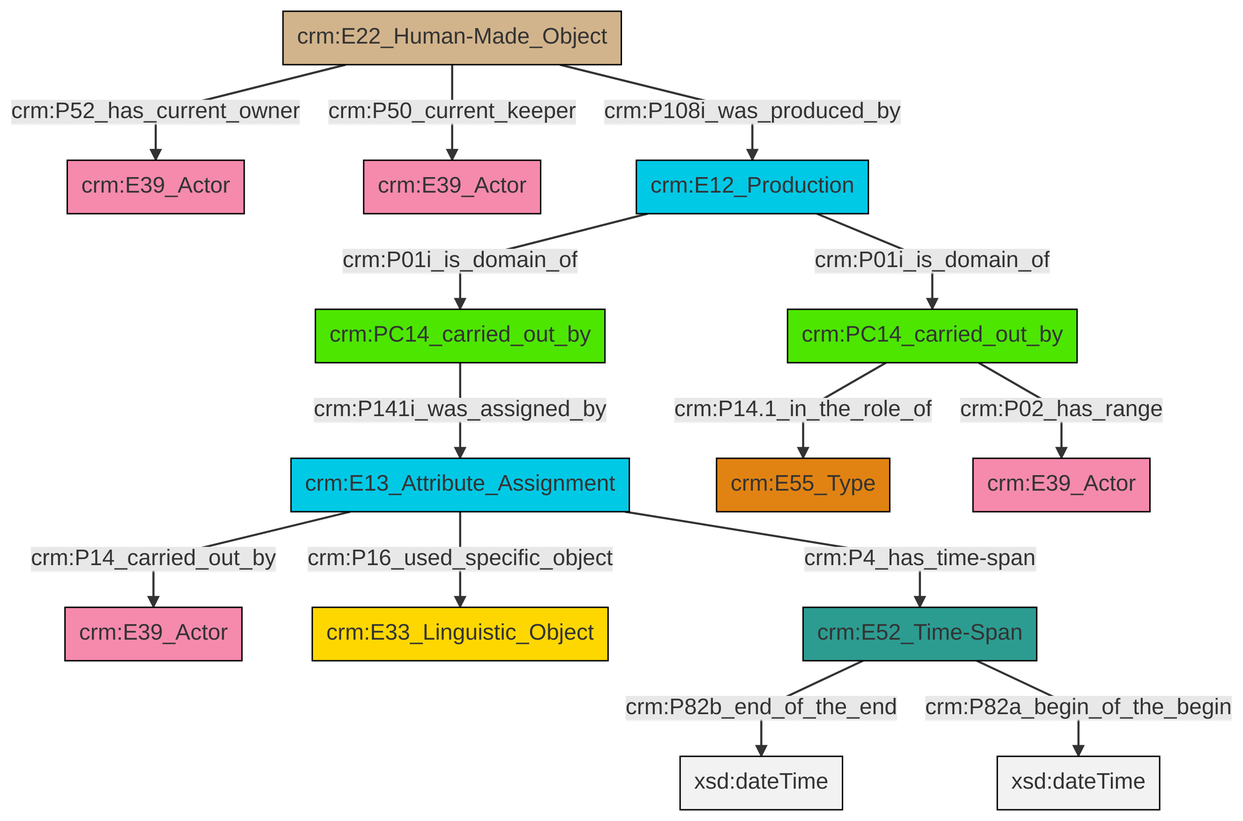
Earlier version of the Mermaid export et/carrierCSV/ttl/mmd/png/carrier_relations.png (swiss-art-research-net/docs.swissartresearch). Its source is kept beside it as et/carrierCSV/ttl/mmd/carrier_relations.ttl.mmd.
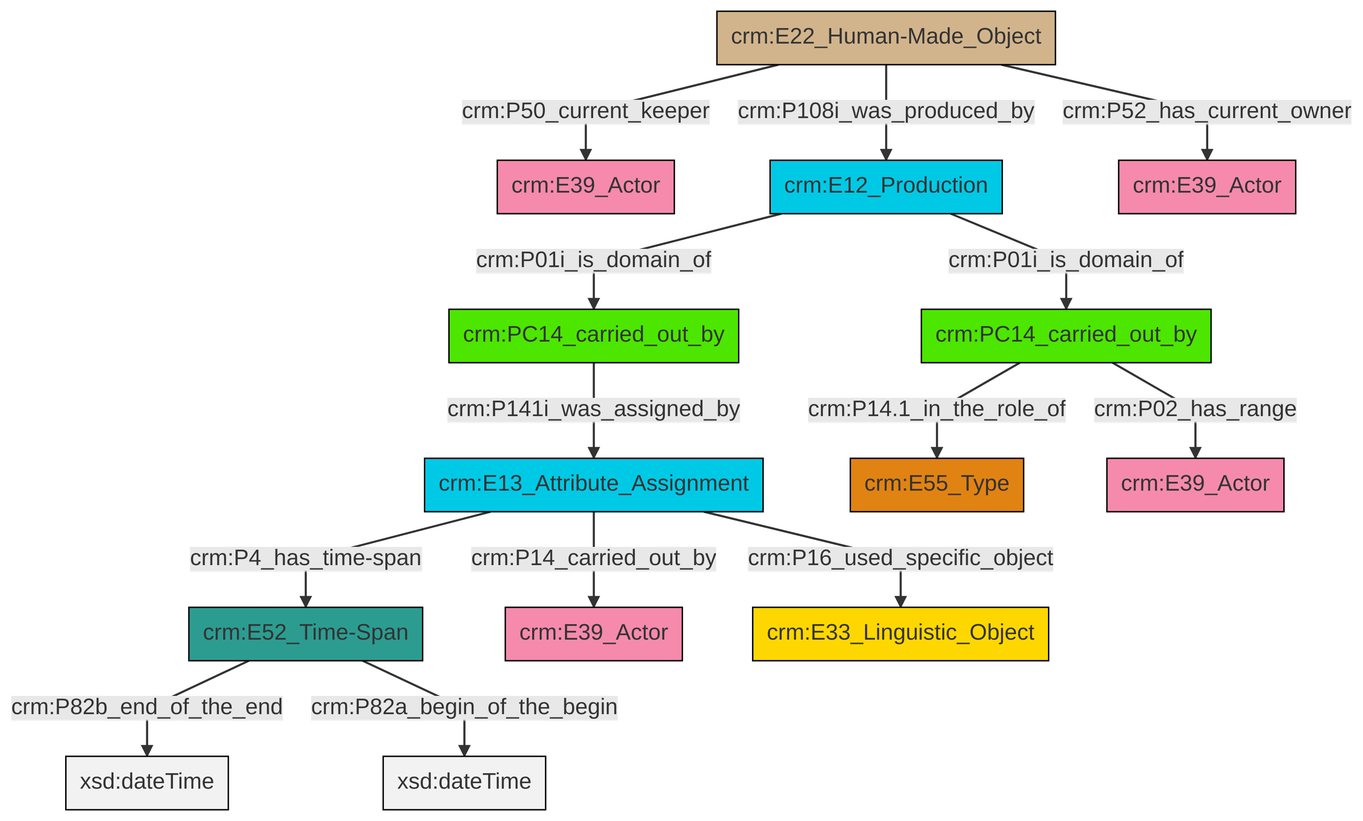
Above is the later version.

Change to the diagram source:
```diff
@@ -13,16 +13,16 @@
 classDef PC_Classes fill:#4ce600, stroke:#000000;
 classDef Multi fill:#cccccc,stroke:#000000;
 
-2["crm:E22_Human-Made_Object"]:::Physical_Thing -->|crm:P52_has_current_owner| 3["crm:E39_Actor"]:::Actor
-4["crm:E13_Attribute_Assignment"]:::Temporal_Entity -->|crm:P14_carried_out_by| 5["crm:E39_Actor"]:::Actor
-4["crm:E13_Attribute_Assignment"]:::Temporal_Entity -->|crm:P16_used_specific_object| 8["crm:E33_Linguistic_Object"]:::Conceptual_Object
-2["crm:E22_Human-Made_Object"]:::Physical_Thing -->|crm:P50_current_keeper| 9["crm:E39_Actor"]:::Actor
-10["crm:E52_Time-Span"]:::Time-Span -->|crm:P82b_end_of_the_end| 12[xsd:dateTime]:::Literal
-13["crm:PC14_carried_out_by"]:::PC_Classes -->|crm:P141i_was_assigned_by| 4["crm:E13_Attribute_Assignment"]:::Temporal_Entity
-19["crm:E12_Production"]:::Temporal_Entity -->|crm:P01i_is_domain_of| 13["crm:PC14_carried_out_by"]:::PC_Classes
-19["crm:E12_Production"]:::Temporal_Entity -->|crm:P01i_is_domain_of| 0["crm:PC14_carried_out_by"]:::PC_Classes
-2["crm:E22_Human-Made_Object"]:::Physical_Thing -->|crm:P108i_was_produced_by| 19["crm:E12_Production"]:::Temporal_Entity
-0["crm:PC14_carried_out_by"]:::PC_Classes -->|crm:P02_has_range| 21["crm:E39_Actor"]:::Actor
-10["crm:E52_Time-Span"]:::Time-Span -->|crm:P82a_begin_of_the_begin| 24[xsd:dateTime]:::Literal
-4["crm:E13_Attribute_Assignment"]:::Temporal_Entity -->|crm:P4_has_time-span| 10["crm:E52_Time-Span"]:::Time-Span
-0["crm:PC14_carried_out_by"]:::PC_Classes -->|crm:P14.1_in_the_role_of| 16["crm:E55_Type"]:::Type
+2["crm:E22_Human-Made_Object"]:::Physical_Thing -->|crm:P50_current_keeper| 3["crm:E39_Actor"]:::Actor
+0["crm:E13_Attribute_Assignment"]:::Temporal_Entity -->|crm:P4_has_time-span| 8["crm:E52_Time-Span"]:::Time-Span
+0["crm:E13_Attribute_Assignment"]:::Temporal_Entity -->|crm:P14_carried_out_by| 10["crm:E39_Actor"]:::Actor
+8["crm:E52_Time-Span"]:::Time-Span -->|crm:P82b_end_of_the_end| 11[xsd:dateTime]:::Literal
+0["crm:E13_Attribute_Assignment"]:::Temporal_Entity -->|crm:P16_used_specific_object| 12["crm:E33_Linguistic_Object"]:::Conceptual_Object
+4["crm:E12_Production"]:::Temporal_Entity -->|crm:P01i_is_domain_of| 13["crm:PC14_carried_out_by"]:::PC_Classes
+2["crm:E22_Human-Made_Object"]:::Physical_Thing -->|crm:P52_has_current_owner| 15["crm:E39_Actor"]:::Actor
+8["crm:E52_Time-Span"]:::Time-Span -->|crm:P82a_begin_of_the_begin| 16[xsd:dateTime]:::Literal
+2["crm:E22_Human-Made_Object"]:::Physical_Thing -->|crm:P108i_was_produced_by| 4["crm:E12_Production"]:::Temporal_Entity
+4["crm:E12_Production"]:::Temporal_Entity -->|crm:P01i_is_domain_of| 18["crm:PC14_carried_out_by"]:::PC_Classes
+18["crm:PC14_carried_out_by"]:::PC_Classes -->|crm:P14.1_in_the_role_of| 6["crm:E55_Type"]:::Type
+13["crm:PC14_carried_out_by"]:::PC_Classes -->|crm:P141i_was_assigned_by| 0["crm:E13_Attribute_Assignment"]:::Temporal_Entity
+18["crm:PC14_carried_out_by"]:::PC_Classes -->|crm:P02_has_range| 21["crm:E39_Actor"]:::Actor
```
